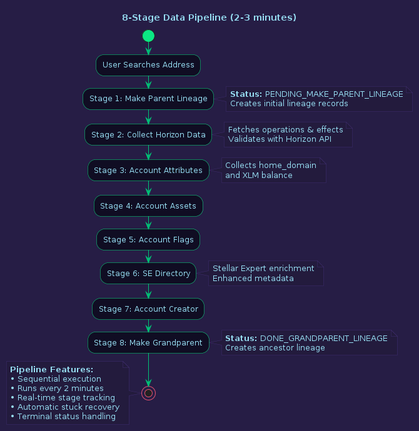
Earlier version of the PlantUML export diagrams/02_data_pipeline.png (areveur51/StellarMapWeb).
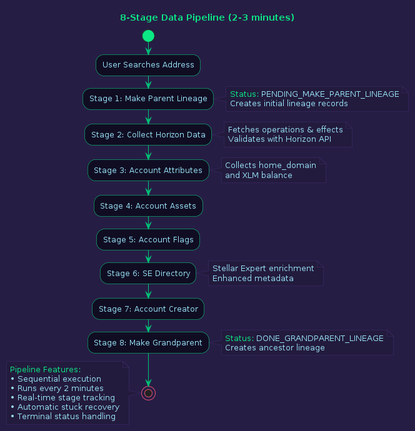
Above is the later version.

What changed in the source:
```diff
@@ -16,7 +16,7 @@
   FontColor #96DDF2
 }
 
-title 8-Stage Data Pipeline (2-3 minutes)
+title <color:#0BE784>8-Stage Data Pipeline (2-3 minutes)
 
 start
 
@@ -24,19 +24,19 @@
 
 :Stage 1: Make Parent Lineage;
 note right #231B3D
-  **Status:** PENDING_MAKE_PARENT_LINEAGE
+  <color:#0BE784>Status: <color:#96DDF2>PENDING_MAKE_PARENT_LINEAGE
   Creates initial lineage records
 end note
 
 :Stage 2: Collect Horizon Data;
 note right #231B3D
-  Fetches operations & effects
+  <color:#96DDF2>Fetches operations & effects
   Validates with Horizon API
 end note
 
 :Stage 3: Account Attributes;
 note right #231B3D
-  Collects home_domain
+  <color:#96DDF2>Collects home_domain
   and XLM balance
 end note
 
@@ -46,7 +46,7 @@
 
 :Stage 6: SE Directory;
 note right #231B3D
-  Stellar Expert enrichment
+  <color:#96DDF2>Stellar Expert enrichment
   Enhanced metadata
 end note
 
@@ -54,15 +54,15 @@
 
 :Stage 8: Make Grandparent;
 note right #231B3D
-  **Status:** DONE_GRANDPARENT_LINEAGE
+  <color:#0BE784>Status: <color:#96DDF2>DONE_GRANDPARENT_LINEAGE
   Creates ancestor lineage
 end note
 
 stop
 
 note left #231B3D
-  **Pipeline Features:**
-  • Sequential execution
+  <color:#0BE784>Pipeline Features:
+  <color:#96DDF2>• Sequential execution
   • Runs every 2 minutes
   • Real-time stage tracking
   • Automatic stuck recovery
```
